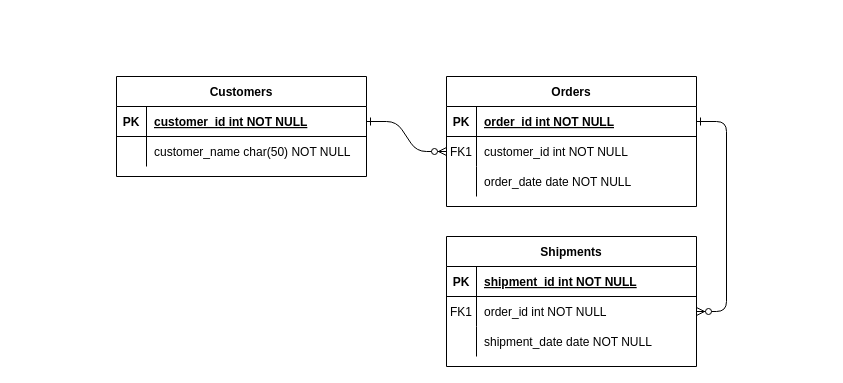
The draw.io diagram testingresso/TestIngresso.drawio in MagicalMouse39/draw.io, before the edit. Source tidied: cells renumbered, new cells numbered last; positions are measured from the earlier drawing's top-left corner, leaving out a move shared by most shapes. Both pictures are drawn from the tidied source at 100%, with x=0, y=0 at pixel (116, 76).
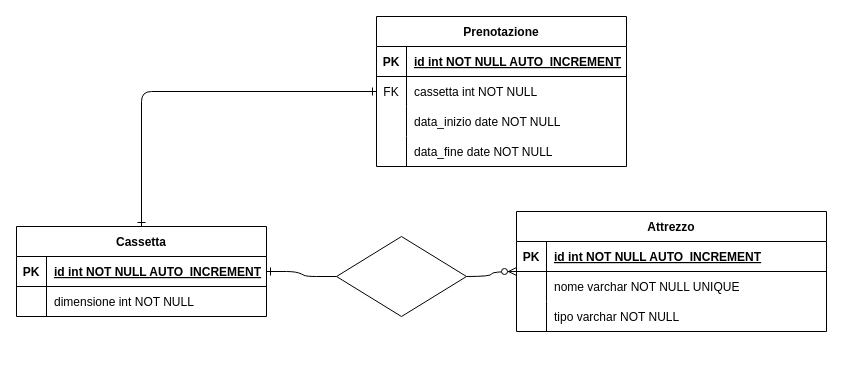
Above is the later version.

The change refers to these unchanged cells:
```xml
<mxCell id="15" style="shape=partialRectangle;fillColor=none;top=0;left=0;right=0;bottom=1;" parent="14" vertex="1">
  <mxGeometry y="30" width="250" height="30" as="geometry" />
</mxCell>
<mxCell id="18" style="shape=partialRectangle;fillColor=none;points=[[0,0.5],[1,0.5]];portConstraint=eastwest;top=0;left=0;right=0;bottom=0;" parent="14" vertex="1">
  <mxGeometry y="60" width="250" height="30" as="geometry" />
</mxCell>
<mxCell id="21" style="shape=partialRectangle;fillColor=none;top=0;left=0;right=0;bottom=0;" parent="14" vertex="1">
  <mxGeometry y="90" width="250" height="30" as="geometry" />
</mxCell>
<mxCell id="25" style="shape=partialRectangle;fillColor=none;points=[[0,0.5],[1,0.5]];portConstraint=eastwest;top=0;left=0;right=0;bottom=1;" parent="24" vertex="1">
  <mxGeometry y="30" width="250" height="30" as="geometry" />
</mxCell>
<mxCell id="28" style="shape=partialRectangle;fillColor=none;top=0;left=0;right=0;bottom=0;" parent="24" vertex="1">
  <mxGeometry y="60" width="250" height="30" as="geometry" />
</mxCell>
```

The edit, as a diff of the source:
```diff
@@
-    <mxCell id="2" style="edgeStyle=entityRelationEdgeStyle;endArrow=ERzeroToMany;startArrow=ERone;endFill=1;startFill=0;" parent="1" edge="1" source="25" target="8">
+    <mxCell id="2" style="edgeStyle=entityRelationEdgeStyle;endArrow=none;startArrow=ERone;endFill=0;startFill=0;entryX=0;entryY=0.5;entryDx=0;entryDy=0;" parent="1" edge="1" source="25" target="36">
       <mxGeometry relative="1" as="geometry" />
     </mxCell>
-    <mxCell id="3" style="edgeStyle=entityRelationEdgeStyle;endArrow=ERzeroToMany;startArrow=ERone;endFill=1;startFill=0;" parent="1" edge="1" source="5" target="18">
-      <mxGeometry relative="1" as="geometry" />
-    </mxCell>
+    <mxCell id="31" style="edgeStyle=orthogonalEdgeStyle;curved=1;rounded=1;jumpSize=4;jettySize=auto;html=1;startArrow=ERzeroToMany;startFill=1;endArrow=none;endFill=0;strokeWidth=1;" parent="1" edge="1" source="4" target="36">
+      <mxGeometry relative="1" as="geometry" />
+    </mxCell>
-    <mxCell id="4" value="Orders" style="shape=table;startSize=30;childLayout=tableLayout;rowLines=0;fontStyle=1;align=center;" parent="1" vertex="1">
-      <mxGeometry x="330" width="250" height="130" as="geometry" />
+    <mxCell id="4" value="Attrezzo" style="shape=table;startSize=30;childLayout=tableLayout;rowLines=0;fontStyle=1;align=center;" parent="1" vertex="1">
+      <mxGeometry x="400" y="135" width="310" height="120" as="geometry" />
     </mxCell>
     <mxCell id="5" style="shape=partialRectangle;fillColor=none;points=[[0,0.5],[1,0.5]];portConstraint=eastwest;top=0;left=0;right=0;bottom=1;" parent="4" vertex="1">
-      <mxGeometry y="30" width="250" height="30" as="geometry" />
+      <mxGeometry y="30" width="310" height="30" as="geometry" />
     </mxCell>
@@
-    <mxCell id="7" value="order_id int NOT NULL " style="shape=partialRectangle;overflow=hidden;fillColor=none;top=0;left=0;bottom=0;right=0;align=left;spacingLeft=6;fontStyle=5;" parent="5" vertex="1">
-      <mxGeometry x="30" width="220" height="30" as="geometry" />
+    <mxCell id="7" value="id int NOT NULL AUTO_INCREMENT" style="shape=partialRectangle;overflow=hidden;fillColor=none;top=0;left=0;bottom=0;right=0;align=left;spacingLeft=6;fontStyle=5;" parent="5" vertex="1">
+      <mxGeometry x="30" width="280" height="30" as="geometry" />
     </mxCell>
     <mxCell id="8" style="shape=partialRectangle;fillColor=none;points=[[0,0.5],[1,0.5]];portConstraint=eastwest;top=0;left=0;right=0;bottom=0;" parent="4" vertex="1">
-      <mxGeometry y="60" width="250" height="30" as="geometry" />
+      <mxGeometry y="60" width="310" height="30" as="geometry" />
     </mxCell>
-    <mxCell id="9" value="FK1" style="shape=partialRectangle;overflow=hidden;fillColor=none;top=0;left=0;bottom=0;right=0;" parent="8" vertex="1">
+    <mxCell id="9" style="shape=partialRectangle;overflow=hidden;fillColor=none;top=0;left=0;bottom=0;right=0;" parent="8" vertex="1">
       <mxGeometry width="30" height="30" as="geometry" />
     </mxCell>
-    <mxCell id="10" value="customer_id int NOT NULL" style="shape=partialRectangle;overflow=hidden;fillColor=none;top=0;left=0;bottom=0;right=0;align=left;spacingLeft=6;" parent="8" vertex="1">
-      <mxGeometry x="30" width="220" height="30" as="geometry" />
+    <mxCell id="10" value="nome varchar NOT NULL UNIQUE" style="shape=partialRectangle;overflow=hidden;fillColor=none;top=0;left=0;bottom=0;right=0;align=left;spacingLeft=6;" parent="8" vertex="1">
+      <mxGeometry x="30" width="280" height="30" as="geometry" />
     </mxCell>
     <mxCell id="11" style="shape=partialRectangle;fillColor=none;top=0;left=0;right=0;bottom=0;" parent="4" vertex="1">
-      <mxGeometry y="90" width="250" height="30" as="geometry" />
+      <mxGeometry y="90" width="310" height="30" as="geometry" />
     </mxCell>
@@
-    <mxCell id="13" value="order_date date NOT NULL" style="shape=partialRectangle;overflow=hidden;fillColor=none;top=0;left=0;bottom=0;right=0;align=left;spacingLeft=6;" parent="11" vertex="1">
-      <mxGeometry x="30" width="220" height="30" as="geometry" />
+    <mxCell id="13" value="tipo varchar NOT NULL" style="shape=partialRectangle;overflow=hidden;fillColor=none;top=0;left=0;bottom=0;right=0;align=left;spacingLeft=6;" parent="11" vertex="1">
+      <mxGeometry x="30" width="280" height="30" as="geometry" />
     </mxCell>
-    <mxCell id="14" value="Shipments" style="shape=table;startSize=30;childLayout=tableLayout;rowLines=0;fontStyle=1;align=center;" parent="1" vertex="1">
-      <mxGeometry x="330" y="160" width="250" height="130" as="geometry" />
+    <mxCell id="14" value="Prenotazione" style="shape=table;startSize=30;childLayout=tableLayout;rowLines=0;fontStyle=1;align=center;" parent="1" vertex="1">
+      <mxGeometry x="260" y="-60" width="250" height="150" as="geometry" />
     </mxCell>
@@
-    <mxCell id="17" value="shipment_id int NOT NULL " style="shape=partialRectangle;overflow=hidden;fillColor=none;top=0;left=0;bottom=0;right=0;align=left;spacingLeft=6;fontStyle=5;" parent="15" vertex="1">
+    <mxCell id="17" value="id int NOT NULL AUTO_INCREMENT" style="shape=partialRectangle;overflow=hidden;fillColor=none;top=0;left=0;bottom=0;right=0;align=left;spacingLeft=6;fontStyle=5;" parent="15" vertex="1">
       <mxGeometry x="30" width="220" height="30" as="geometry" />
     </mxCell>
@@
-    <mxCell id="19" value="FK1" style="shape=partialRectangle;overflow=hidden;fillColor=none;top=0;left=0;bottom=0;right=0;" parent="18" vertex="1">
+    <mxCell id="19" value="FK" style="shape=partialRectangle;overflow=hidden;fillColor=none;top=0;left=0;bottom=0;right=0;" parent="18" vertex="1">
       <mxGeometry width="30" height="30" as="geometry" />
     </mxCell>
-    <mxCell id="20" value="order_id int NOT NULL" style="shape=partialRectangle;overflow=hidden;fillColor=none;top=0;left=0;bottom=0;right=0;align=left;spacingLeft=6;" parent="18" vertex="1">
+    <mxCell id="20" value="cassetta int NOT NULL" style="shape=partialRectangle;overflow=hidden;fillColor=none;top=0;left=0;bottom=0;right=0;align=left;spacingLeft=6;" parent="18" vertex="1">
       <mxGeometry x="30" width="220" height="30" as="geometry" />
     </mxCell>
@@
-    <mxCell id="23" value="shipment_date date NOT NULL" style="shape=partialRectangle;overflow=hidden;fillColor=none;top=0;left=0;bottom=0;right=0;align=left;spacingLeft=6;" parent="21" vertex="1">
+    <mxCell id="23" value="data_inizio date NOT NULL" style="shape=partialRectangle;overflow=hidden;fillColor=none;top=0;left=0;bottom=0;right=0;align=left;spacingLeft=6;" parent="21" vertex="1">
       <mxGeometry x="30" width="220" height="30" as="geometry" />
     </mxCell>
+    <mxCell id="32" style="shape=partialRectangle;fillColor=none;top=0;left=0;right=0;bottom=0;" parent="14" vertex="1">
+      <mxGeometry y="120" width="250" height="30" as="geometry" />
+    </mxCell>
+    <mxCell id="33" style="shape=partialRectangle;overflow=hidden;fillColor=none;top=0;left=0;bottom=0;right=0;" parent="32" vertex="1">
+      <mxGeometry width="30" height="30" as="geometry" />
+    </mxCell>
+    <mxCell id="34" value="data_fine date NOT NULL" style="shape=partialRectangle;overflow=hidden;fillColor=none;top=0;left=0;bottom=0;right=0;align=left;spacingLeft=6;" parent="32" vertex="1">
+      <mxGeometry x="30" width="220" height="30" as="geometry" />
+    </mxCell>
-    <mxCell id="24" value="Customers" style="shape=table;startSize=30;childLayout=tableLayout;rowLines=0;fontStyle=1;align=center;" parent="1" vertex="1">
-      <mxGeometry width="250" height="100" as="geometry" />
+    <mxCell id="24" value="Cassetta" style="shape=table;startSize=30;childLayout=tableLayout;rowLines=0;fontStyle=1;align=center;" parent="1" vertex="1">
+      <mxGeometry x="-100" y="150" width="250" height="90" as="geometry" />
     </mxCell>
@@
-    <mxCell id="27" value="customer_id int NOT NULL " style="shape=partialRectangle;overflow=hidden;fillColor=none;top=0;left=0;bottom=0;right=0;align=left;spacingLeft=6;fontStyle=5;" parent="25" vertex="1">
+    <mxCell id="27" value="id int NOT NULL AUTO_INCREMENT" style="shape=partialRectangle;overflow=hidden;fillColor=none;top=0;left=0;bottom=0;right=0;align=left;spacingLeft=6;fontStyle=5;" parent="25" vertex="1">
       <mxGeometry x="30" width="220" height="30" as="geometry" />
     </mxCell>
@@
-    <mxCell id="30" value="customer_name char(50) NOT NULL" style="shape=partialRectangle;overflow=hidden;fillColor=none;top=0;left=0;bottom=0;right=0;align=left;spacingLeft=6;" parent="28" vertex="1">
+    <mxCell id="30" value="dimensione int NOT NULL" style="shape=partialRectangle;overflow=hidden;fillColor=none;top=0;left=0;bottom=0;right=0;align=left;spacingLeft=6;" parent="28" vertex="1">
       <mxGeometry x="30" width="220" height="30" as="geometry" />
     </mxCell>
+    <mxCell id="35" style="edgeStyle=orthogonalEdgeStyle;endArrow=ERone;startArrow=ERone;endFill=0;startFill=0;strokeWidth=1;jumpSize=4;rounded=1;exitX=0.5;exitY=0;exitDx=0;exitDy=0;entryX=0;entryY=0.5;entryDx=0;entryDy=0;" parent="1" edge="1" source="24" target="18">
+      <mxGeometry relative="1" as="geometry">
+        <Array as="points">
+          <mxPoint x="25" y="15" />
+        </Array>
+      </mxGeometry>
+    </mxCell>
+    <mxCell id="36" style="rhombus;whiteSpace=wrap;html=1;" parent="1" vertex="1">
+      <mxGeometry x="220" y="160" width="130" height="80" as="geometry" />
+    </mxCell>
```
